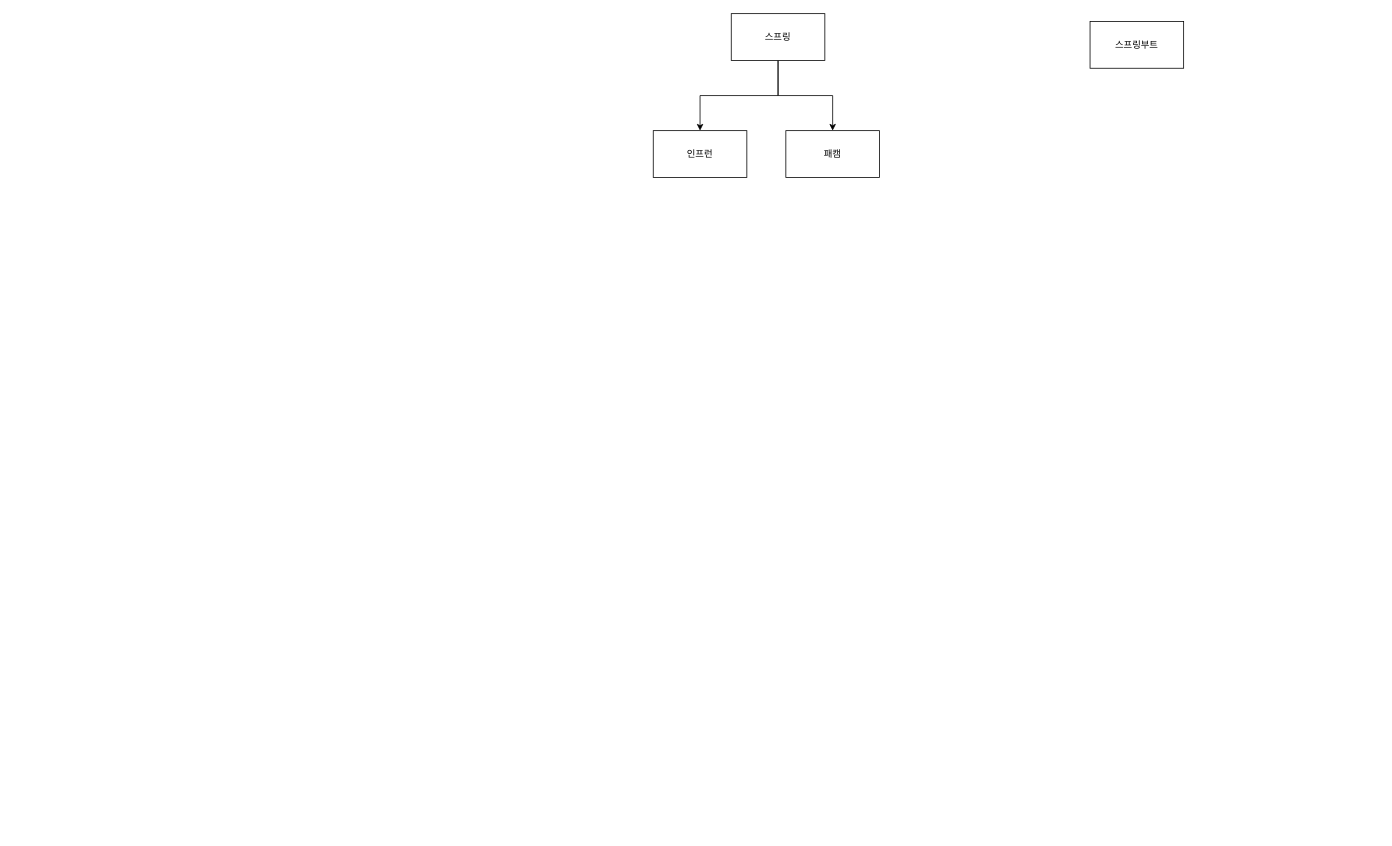
Above: page "학습계획" (3 of 4) of Untitled Diagram.drawio in YeonwooLee/my-first-blog (draw.io), before the change. Source tidied: cells renumbered, new cells numbered last; positions are measured from the earlier drawing's top-left corner, leaving out a move shared by most shapes. Both pictures are drawn from the tidied source at 78%, with x=0, y=0 at pixel (653, 13).
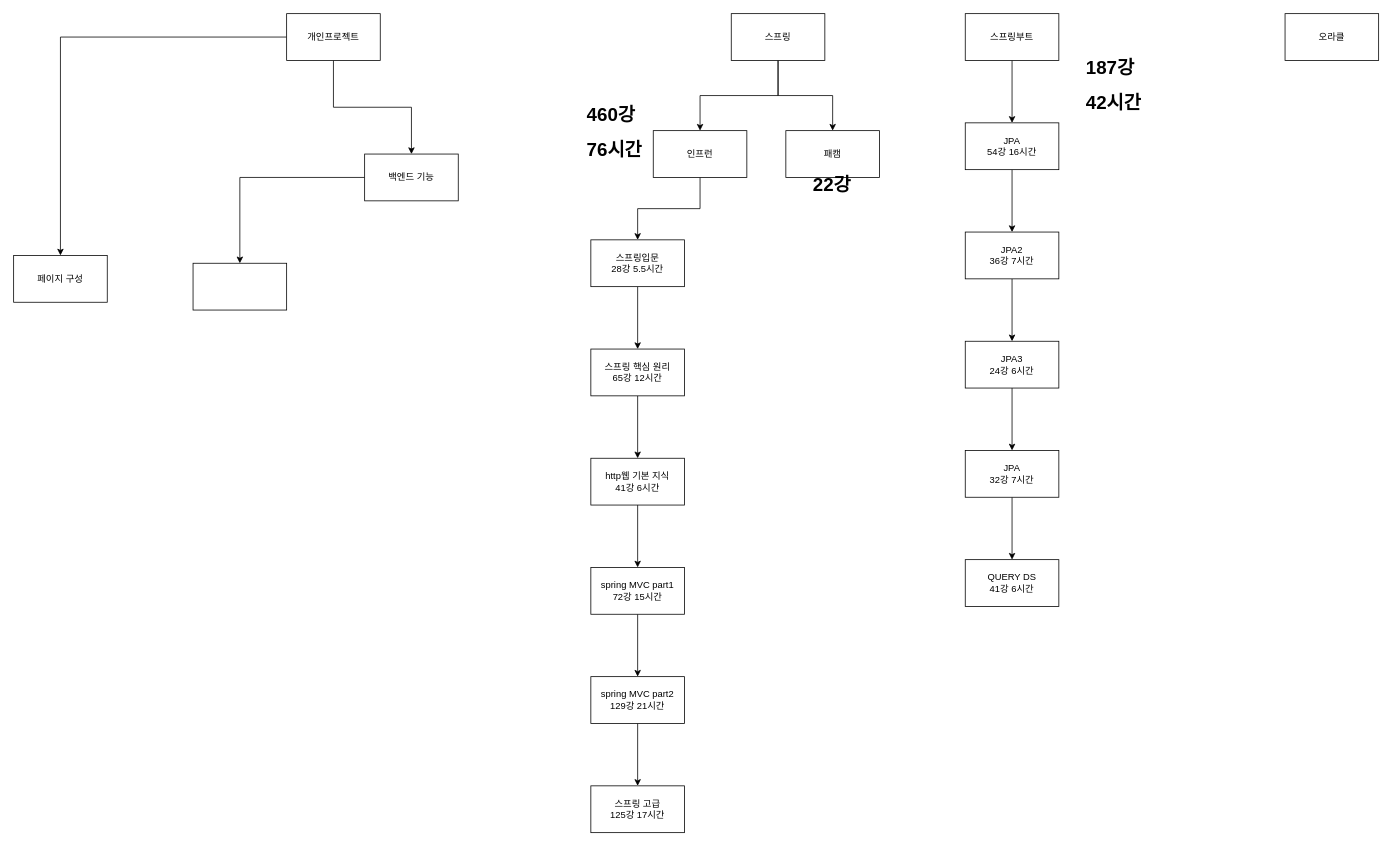
After the change.

Unchanged cells that the change refers to:
```xml
<mxCell id="6" value="인프런" style="whiteSpace=wrap;html=1;rounded=0;" parent="1" vertex="1">
  <mxGeometry y="150" width="120" height="60" as="geometry" />
</mxCell>
```

What changed in the source:
```diff
@@
+    <mxCell id="8" style="edgeStyle=orthogonalEdgeStyle;rounded=0;jettySize=auto;html=1;" parent="1" edge="1" source="5" target="22">
+      <mxGeometry relative="1" as="geometry" />
+    </mxCell>
     <mxCell id="5" value="스프링부트" style="rounded=0;whiteSpace=wrap;html=1;" parent="1" vertex="1">
-      <mxGeometry x="560" y="10" width="120" height="60" as="geometry" />
+      <mxGeometry x="400" width="120" height="60" as="geometry" />
     </mxCell>
+    <mxCell id="9" style="edgeStyle=orthogonalEdgeStyle;rounded=0;jettySize=auto;html=1;" parent="1" edge="1" source="6" target="11">
+      <mxGeometry relative="1" as="geometry" />
+    </mxCell>
@@
+    <mxCell id="10" style="edgeStyle=orthogonalEdgeStyle;rounded=0;jettySize=auto;html=1;" parent="1" edge="1" source="11" target="13">
+      <mxGeometry relative="1" as="geometry" />
+    </mxCell>
+    <mxCell id="11" value="스프링입문&lt;br&gt;28강 5.5시간" style="whiteSpace=wrap;html=1;rounded=0;" parent="1" vertex="1">
+      <mxGeometry x="-80" y="290" width="120" height="60" as="geometry" />
+    </mxCell>
+    <mxCell id="12" style="edgeStyle=orthogonalEdgeStyle;rounded=0;jettySize=auto;html=1;" parent="1" edge="1" source="13" target="15">
+      <mxGeometry relative="1" as="geometry" />
+    </mxCell>
+    <mxCell id="13" value="스프링 핵심 원리&lt;br&gt;65강 12시간" style="whiteSpace=wrap;html=1;rounded=0;" parent="1" vertex="1">
+      <mxGeometry x="-80" y="430" width="120" height="60" as="geometry" />
+    </mxCell>
+    <mxCell id="14" style="edgeStyle=orthogonalEdgeStyle;rounded=0;jettySize=auto;html=1;" parent="1" edge="1" source="15" target="17">
+      <mxGeometry relative="1" as="geometry" />
+    </mxCell>
+    <mxCell id="15" value="http웹 기본 지식&lt;br&gt;41강 6시간" style="whiteSpace=wrap;html=1;rounded=0;" parent="1" vertex="1">
+      <mxGeometry x="-80" y="570" width="120" height="60" as="geometry" />
+    </mxCell>
+    <mxCell id="16" style="edgeStyle=orthogonalEdgeStyle;rounded=0;jettySize=auto;html=1;" parent="1" edge="1" source="17" target="19">
+      <mxGeometry relative="1" as="geometry" />
+    </mxCell>
+    <mxCell id="17" value="spring MVC part1&lt;br&gt;72강 15시간" style="whiteSpace=wrap;html=1;rounded=0;" parent="1" vertex="1">
+      <mxGeometry x="-80" y="710" width="120" height="60" as="geometry" />
+    </mxCell>
+    <mxCell id="18" style="edgeStyle=orthogonalEdgeStyle;rounded=0;jettySize=auto;html=1;" parent="1" edge="1" source="19" target="20">
+      <mxGeometry relative="1" as="geometry" />
+    </mxCell>
+    <mxCell id="19" value="spring MVC part2&lt;br&gt;129강 21시간" style="whiteSpace=wrap;html=1;rounded=0;" parent="1" vertex="1">
+      <mxGeometry x="-80" y="850" width="120" height="60" as="geometry" />
+    </mxCell>
+    <mxCell id="20" value="스프링 고급&lt;br&gt;125강 17시간" style="whiteSpace=wrap;html=1;rounded=0;" parent="1" vertex="1">
+      <mxGeometry x="-80" y="990" width="120" height="60" as="geometry" />
+    </mxCell>
+    <mxCell id="21" style="edgeStyle=orthogonalEdgeStyle;rounded=0;jettySize=auto;html=1;" parent="1" edge="1" source="22" target="24">
+      <mxGeometry relative="1" as="geometry" />
+    </mxCell>
+    <mxCell id="22" value="JPA&lt;br&gt;54강 16시간" style="whiteSpace=wrap;html=1;rounded=0;" parent="1" vertex="1">
+      <mxGeometry x="400" y="140" width="120" height="60" as="geometry" />
+    </mxCell>
+    <mxCell id="23" style="edgeStyle=orthogonalEdgeStyle;rounded=0;jettySize=auto;html=1;" parent="1" edge="1" source="24" target="26">
+      <mxGeometry relative="1" as="geometry" />
+    </mxCell>
+    <mxCell id="24" value="JPA2&lt;br&gt;36강 7시간" style="whiteSpace=wrap;html=1;rounded=0;" parent="1" vertex="1">
+      <mxGeometry x="400" y="280" width="120" height="60" as="geometry" />
+    </mxCell>
+    <mxCell id="25" style="edgeStyle=orthogonalEdgeStyle;rounded=0;jettySize=auto;html=1;" parent="1" edge="1" source="26" target="28">
+      <mxGeometry relative="1" as="geometry" />
+    </mxCell>
+    <mxCell id="26" value="JPA3&lt;br&gt;24강 6시간" style="whiteSpace=wrap;html=1;rounded=0;" parent="1" vertex="1">
+      <mxGeometry x="400" y="420" width="120" height="60" as="geometry" />
+    </mxCell>
+    <mxCell id="27" style="edgeStyle=orthogonalEdgeStyle;rounded=0;jettySize=auto;html=1;" parent="1" edge="1" source="28" target="29">
+      <mxGeometry relative="1" as="geometry" />
+    </mxCell>
+    <mxCell id="28" value="JPA&lt;br&gt;32강 7시간" style="whiteSpace=wrap;html=1;rounded=0;" parent="1" vertex="1">
+      <mxGeometry x="400" y="560" width="120" height="60" as="geometry" />
+    </mxCell>
+    <mxCell id="29" value="QUERY DS&lt;br&gt;41강 6시간" style="whiteSpace=wrap;html=1;rounded=0;" parent="1" vertex="1">
+      <mxGeometry x="400" y="700" width="120" height="60" as="geometry" />
+    </mxCell>
+    <mxCell id="30" style="edgeStyle=orthogonalEdgeStyle;rounded=0;jettySize=auto;html=1;" parent="1" edge="1" source="32" target="33">
+      <mxGeometry relative="1" as="geometry" />
+    </mxCell>
+    <mxCell id="31" style="edgeStyle=orthogonalEdgeStyle;rounded=0;jettySize=auto;html=1;" parent="1" edge="1" source="32" target="35">
+      <mxGeometry relative="1" as="geometry" />
+    </mxCell>
+    <mxCell id="32" value="개인프로젝트" style="rounded=0;whiteSpace=wrap;html=1;" parent="1" vertex="1">
+      <mxGeometry x="-470" width="120" height="60" as="geometry" />
+    </mxCell>
+    <mxCell id="33" value="페이지 구성" style="whiteSpace=wrap;html=1;rounded=0;" parent="1" vertex="1">
+      <mxGeometry x="-820" y="310" width="120" height="60" as="geometry" />
+    </mxCell>
+    <mxCell id="34" style="edgeStyle=orthogonalEdgeStyle;rounded=0;jettySize=auto;html=1;" parent="1" edge="1" source="35" target="36">
+      <mxGeometry relative="1" as="geometry" />
+    </mxCell>
+    <mxCell id="35" value="백엔드 기능" style="whiteSpace=wrap;html=1;rounded=0;" parent="1" vertex="1">
+      <mxGeometry x="-370" y="180" width="120" height="60" as="geometry" />
+    </mxCell>
+    <mxCell id="36" style="whiteSpace=wrap;html=1;rounded=0;" parent="1" vertex="1">
+      <mxGeometry x="-590" y="320" width="120" height="60" as="geometry" />
+    </mxCell>
+    <mxCell id="37" value="&lt;h1&gt;460강&lt;/h1&gt;&lt;h1&gt;76시간&lt;/h1&gt;&lt;div&gt;&lt;br&gt;&lt;/div&gt;" style="text;html=1;strokeColor=none;fillColor=none;spacing=5;spacingTop=-20;whiteSpace=wrap;overflow=hidden;rounded=0;" parent="1" vertex="1">
+      <mxGeometry x="-90" y="110" width="190" height="120" as="geometry" />
+    </mxCell>
+    <mxCell id="38" value="&lt;h1&gt;187강&lt;/h1&gt;&lt;h1&gt;42시간&lt;/h1&gt;&lt;div&gt;&lt;br&gt;&lt;/div&gt;" style="text;html=1;strokeColor=none;fillColor=none;spacing=5;spacingTop=-20;whiteSpace=wrap;overflow=hidden;rounded=0;" parent="1" vertex="1">
+      <mxGeometry x="550" y="50" width="190" height="120" as="geometry" />
+    </mxCell>
+    <mxCell id="39" value="&lt;h1&gt;22강&lt;/h1&gt;" style="text;html=1;strokeColor=none;fillColor=none;spacing=5;spacingTop=-20;whiteSpace=wrap;overflow=hidden;rounded=0;" parent="1" vertex="1">
+      <mxGeometry x="200" y="200" width="190" height="120" as="geometry" />
+    </mxCell>
+    <mxCell id="40" value="오라클" style="rounded=0;whiteSpace=wrap;html=1;" parent="1" vertex="1">
+      <mxGeometry x="810" width="120" height="60" as="geometry" />
+    </mxCell>
```
